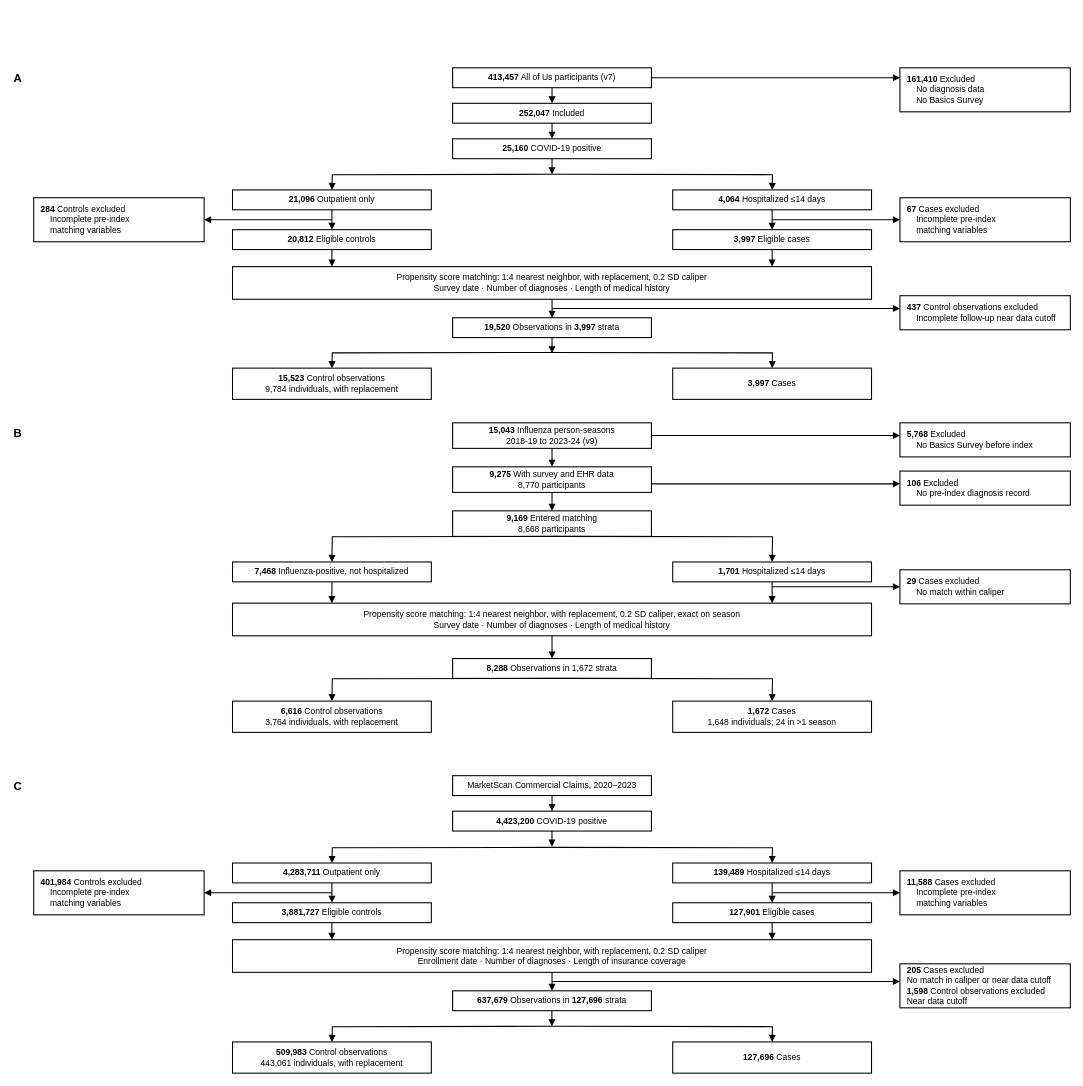
The draw.io diagram figures/efig1_consort_three_panel.drawio in Su-informatics-lab/aou_covid, before the edit. Source tidied: cells renumbered, new cells numbered last; positions are measured from the earlier drawing's top-left corner, leaving out a move shared by most shapes. Both pictures are drawn from the tidied source at 71%, with x=0, y=0 at pixel (12, 66).
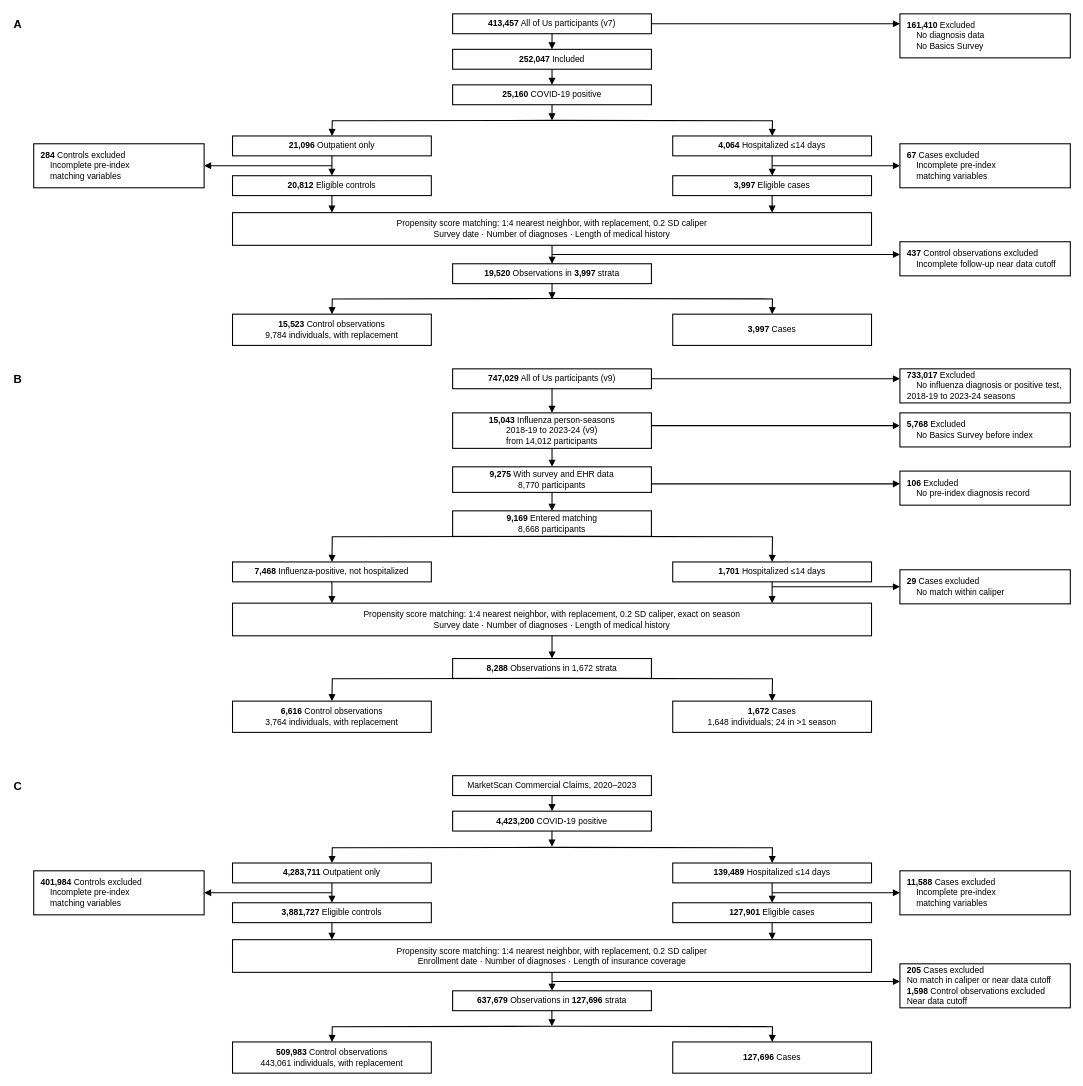
After the change.

Commit message (it also covers changes not shown here):
R11 senior-author review: Z codes by the Figure 2 income bands, eFigure 1B from the whole v9 repository, attenuation terminology

Diff of the diagram source:
```diff
@@
     <mxCell id="2" value="&lt;b&gt;&lt;font style=&quot;font-size:16px;font-family:Arial;&quot;&gt;A&lt;/font&gt;&lt;/b&gt;" style="text;html=1;align=left;verticalAlign=top;" parent="1" vertex="1">
-      <mxGeometry width="30" height="25" as="geometry" />
+      <mxGeometry y="-76" width="30" height="25" as="geometry" />
     </mxCell>
     <mxCell id="3" value="&lt;font style=&quot;font-size:12px;font-family:Arial;&quot;&gt;&lt;b&gt;413,457&lt;/b&gt; All of Us participants (v7)&lt;/font&gt;" style="rounded=0;whiteSpace=wrap;html=1;fillColor=#FFFFFF;strokeColor=#000000;strokeWidth=1.5;" parent="1" vertex="1">
-      <mxGeometry x="620" y="2" width="280" height="28" as="geometry" />
+      <mxGeometry x="620" y="-74" width="280" height="28" as="geometry" />
     </mxCell>
     <mxCell id="4" value="&lt;font style=&quot;font-size:12px;font-family:Arial;&quot;&gt;&lt;b&gt;252,047&lt;/b&gt; Included&lt;/font&gt;" style="rounded=0;whiteSpace=wrap;html=1;fillColor=#FFFFFF;strokeColor=#000000;strokeWidth=1.5;" parent="1" vertex="1">
-      <mxGeometry x="620" y="52" width="280" height="28" as="geometry" />
+      <mxGeometry x="620" y="-24" width="280" height="28" as="geometry" />
     </mxCell>
     <mxCell id="5" value="&lt;font style=&quot;font-size:12px;font-family:Arial;&quot;&gt;&lt;b&gt;25,160&lt;/b&gt; COVID-19 positive&lt;/font&gt;" style="rounded=0;whiteSpace=wrap;html=1;fillColor=#FFFFFF;strokeColor=#000000;strokeWidth=1.5;" parent="1" vertex="1">
-      <mxGeometry x="620" y="102" width="280" height="28" as="geometry" />
+      <mxGeometry x="620" y="26" width="280" height="28" as="geometry" />
     </mxCell>
     <mxCell id="6" style="strokeColor=#000000;strokeWidth=1.5;endArrow=block;endFill=1;" parent="1" edge="1">
       <mxGeometry relative="1" as="geometry">
-        <mxPoint x="760" y="30" as="sourcePoint" />
-        <mxPoint x="760" y="52" as="targetPoint" />
+        <mxPoint x="760" y="-46" as="sourcePoint" />
+        <mxPoint x="760" y="-24" as="targetPoint" />
       </mxGeometry>
     </mxCell>
     <mxCell id="7" style="strokeColor=#000000;strokeWidth=1.5;endArrow=block;endFill=1;" parent="1" edge="1">
       <mxGeometry relative="1" as="geometry">
-        <mxPoint x="760" y="80" as="sourcePoint" />
-        <mxPoint x="760" y="102" as="targetPoint" />
+        <mxPoint x="760" y="4" as="sourcePoint" />
+        <mxPoint x="760" y="26" as="targetPoint" />
       </mxGeometry>
     </mxCell>
     <mxCell id="8" value="&lt;font style=&quot;font-size:12px;font-family:Arial;&quot;&gt;&lt;b&gt;161,410&lt;/b&gt; Excluded&lt;br&gt;&amp;nbsp; &amp;nbsp; No diagnosis data&lt;br&gt;&amp;nbsp; &amp;nbsp; No Basics Survey&lt;/font&gt;" style="rounded=0;whiteSpace=wrap;html=1;fillColor=#FFFFFF;strokeColor=#000000;strokeWidth=1.5;align=left;spacingLeft=8;" parent="1" vertex="1">
-      <mxGeometry x="1250" y="2" width="240" height="62" as="geometry" />
+      <mxGeometry x="1250" y="-74" width="240" height="62" as="geometry" />
     </mxCell>
     <mxCell id="9" style="strokeColor=#000000;strokeWidth=1.5;endArrow=block;endFill=1;" parent="1" edge="1">
       <mxGeometry relative="1" as="geometry">
-        <mxPoint x="900" y="16" as="sourcePoint" />
-        <mxPoint x="1250" y="16" as="targetPoint" />
+        <mxPoint x="900" y="-60" as="sourcePoint" />
+        <mxPoint x="1250" y="-60" as="targetPoint" />
       </mxGeometry>
     </mxCell>
     <mxCell id="10" style="edgeStyle=orthogonalEdgeStyle;strokeColor=#000000;strokeWidth=1.5;endArrow=block;endFill=1;rounded=0;curved=0;" parent="1" edge="1">
       <mxGeometry relative="1" as="geometry">
-        <mxPoint x="760" y="152" as="sourcePoint" />
-        <mxPoint x="450" y="174" as="targetPoint" />
+        <mxPoint x="760" y="76" as="sourcePoint" />
+        <mxPoint x="450" y="98" as="targetPoint" />
       </mxGeometry>
     </mxCell>
     <mxCell id="11" style="edgeStyle=orthogonalEdgeStyle;strokeColor=#000000;strokeWidth=1.5;endArrow=block;endFill=1;rounded=0;curved=0;" parent="1" edge="1">
       <mxGeometry relative="1" as="geometry">
-        <mxPoint x="760" y="152" as="sourcePoint" />
-        <mxPoint x="1070" y="174" as="targetPoint" />
+        <mxPoint x="760" y="76" as="sourcePoint" />
+        <mxPoint x="1070" y="98" as="targetPoint" />
       </mxGeometry>
     </mxCell>
     <mxCell id="12" value="&lt;font style=&quot;font-size:12px;font-family:Arial;&quot;&gt;&lt;b&gt;21,096&lt;/b&gt; Outpatient only&lt;/font&gt;" style="rounded=0;whiteSpace=wrap;html=1;fillColor=#FFFFFF;strokeColor=#000000;strokeWidth=1.5;" parent="1" vertex="1">
-      <mxGeometry x="310" y="174" width="280" height="28" as="geometry" />
+      <mxGeometry x="310" y="98" width="280" height="28" as="geometry" />
     </mxCell>
     <mxCell id="13" value="&lt;font style=&quot;font-size:12px;font-family:Arial;&quot;&gt;&lt;b&gt;4,064&lt;/b&gt; Hospitalized &amp;#8804;14 days&lt;/font&gt;" style="rounded=0;whiteSpace=wrap;html=1;fillColor=#FFFFFF;strokeColor=#000000;strokeWidth=1.5;" parent="1" vertex="1">
-      <mxGeometry x="930" y="174" width="280" height="28" as="geometry" />
+      <mxGeometry x="930" y="98" width="280" height="28" as="geometry" />
     </mxCell>
     <mxCell id="14" value="&lt;font style=&quot;font-size:12px;font-family:Arial;&quot;&gt;&lt;b&gt;20,812&lt;/b&gt; Eligible controls&lt;/font&gt;" style="rounded=0;whiteSpace=wrap;html=1;fillColor=#FFFFFF;strokeColor=#000000;strokeWidth=1.5;" parent="1" vertex="1">
-      <mxGeometry x="310" y="230" width="280" height="28" as="geometry" />
+      <mxGeometry x="310" y="154" width="280" height="28" as="geometry" />
     </mxCell>
     <mxCell id="15" value="&lt;font style=&quot;font-size:12px;font-family:Arial;&quot;&gt;&lt;b&gt;3,997&lt;/b&gt; Eligible cases&lt;/font&gt;" style="rounded=0;whiteSpace=wrap;html=1;fillColor=#FFFFFF;strokeColor=#000000;strokeWidth=1.5;" parent="1" vertex="1">
-      <mxGeometry x="930" y="230" width="280" height="28" as="geometry" />
+      <mxGeometry x="930" y="154" width="280" height="28" as="geometry" />
     </mxCell>
     <mxCell id="16" style="strokeColor=#000000;strokeWidth=1.5;endArrow=block;endFill=1;" parent="1" edge="1">
       <mxGeometry relative="1" as="geometry">
-        <mxPoint x="450" y="202" as="sourcePoint" />
-        <mxPoint x="450" y="230" as="targetPoint" />
+        <mxPoint x="450" y="126" as="sourcePoint" />
+        <mxPoint x="450" y="154" as="targetPoint" />
       </mxGeometry>
     </mxCell>
     <mxCell id="17" style="strokeColor=#000000;strokeWidth=1.5;endArrow=block;endFill=1;" parent="1" edge="1">
       <mxGeometry relative="1" as="geometry">
-        <mxPoint x="1070" y="202" as="sourcePoint" />
-        <mxPoint x="1070" y="230" as="targetPoint" />
+        <mxPoint x="1070" y="126" as="sourcePoint" />
+        <mxPoint x="1070" y="154" as="targetPoint" />
       </mxGeometry>
     </mxCell>
     <mxCell id="18" value="&lt;font style=&quot;font-size:12px;font-family:Arial;&quot;&gt;&lt;b&gt;284&lt;/b&gt; Controls excluded&lt;br&gt;&amp;nbsp; &amp;nbsp; Incomplete pre-index&lt;br&gt;&amp;nbsp; &amp;nbsp; matching variables&lt;/font&gt;" style="rounded=0;whiteSpace=wrap;html=1;fillColor=#FFFFFF;strokeColor=#000000;strokeWidth=1.5;align=left;spacingLeft=8;" parent="1" vertex="1">
-      <mxGeometry x="30" y="185" width="240" height="62" as="geometry" />
+      <mxGeometry x="30" y="109" width="240" height="62" as="geometry" />
     </mxCell>
     <mxCell id="19" style="strokeColor=#000000;strokeWidth=1.5;endArrow=block;endFill=1;" parent="1" edge="1">
       <mxGeometry relative="1" as="geometry">
-        <mxPoint x="450" y="216" as="sourcePoint" />
-        <mxPoint x="270" y="216" as="targetPoint" />
+        <mxPoint x="450" y="140" as="sourcePoint" />
+        <mxPoint x="270" y="140" as="targetPoint" />
       </mxGeometry>
     </mxCell>
     <mxCell id="20" value="&lt;font style=&quot;font-size:12px;font-family:Arial;&quot;&gt;&lt;b&gt;67&lt;/b&gt; Cases excluded&lt;br&gt;&amp;nbsp; &amp;nbsp; Incomplete pre-index&lt;br&gt;&amp;nbsp; &amp;nbsp; matching variables&lt;/font&gt;" style="rounded=0;whiteSpace=wrap;html=1;fillColor=#FFFFFF;strokeColor=#000000;strokeWidth=1.5;align=left;spacingLeft=8;" parent="1" vertex="1">
-      <mxGeometry x="1250" y="185" width="240" height="62" as="geometry" />
+      <mxGeometry x="1250" y="109" width="240" height="62" as="geometry" />
     </mxCell>
     <mxCell id="21" style="strokeColor=#000000;strokeWidth=1.5;endArrow=block;endFill=1;" parent="1" edge="1">
       <mxGeometry relative="1" as="geometry">
-        <mxPoint x="1070" y="216" as="sourcePoint" />
-        <mxPoint x="1250" y="216" as="targetPoint" />
+        <mxPoint x="1070" y="140" as="sourcePoint" />
+        <mxPoint x="1250" y="140" as="targetPoint" />
       </mxGeometry>
     </mxCell>
     <mxCell id="22" value="&lt;font style=&quot;font-size:12px;font-family:Arial;&quot;&gt;Propensity score matching: 1:4 nearest neighbor, with replacement, 0.2 SD caliper&lt;br&gt;Survey date · Number of diagnoses · Length of medical history&lt;/font&gt;" style="rounded=0;whiteSpace=wrap;html=1;fillColor=#FFFFFF;strokeColor=#000000;strokeWidth=1.5;" parent="1" vertex="1">
-      <mxGeometry x="310" y="282" width="900" height="46" as="geometry" />
+      <mxGeometry x="310" y="206" width="900" height="46" as="geometry" />
     </mxCell>
     <mxCell id="23" style="strokeColor=#000000;strokeWidth=1.5;endArrow=block;endFill=1;" parent="1" edge="1">
       <mxGeometry relative="1" as="geometry">
-        <mxPoint x="450" y="258" as="sourcePoint" />
-        <mxPoint x="450" y="282" as="targetPoint" />
+        <mxPoint x="450" y="182" as="sourcePoint" />
+        <mxPoint x="450" y="206" as="targetPoint" />
       </mxGeometry>
     </mxCell>
     <mxCell id="24" style="strokeColor=#000000;strokeWidth=1.5;endArrow=block;endFill=1;" parent="1" edge="1">
       <mxGeometry relative="1" as="geometry">
-        <mxPoint x="1070" y="258" as="sourcePoint" />
-        <mxPoint x="1070" y="282" as="targetPoint" />
+        <mxPoint x="1070" y="182" as="sourcePoint" />
+        <mxPoint x="1070" y="206" as="targetPoint" />
       </mxGeometry>
     </mxCell>
     <mxCell id="25" value="&lt;font style=&quot;font-size:12px;font-family:Arial;&quot;&gt;&lt;b&gt;19,520&lt;/b&gt; Observations in &lt;b&gt;3,997&lt;/b&gt; strata&lt;/font&gt;" style="rounded=0;whiteSpace=wrap;html=1;fillColor=#FFFFFF;strokeColor=#000000;strokeWidth=1.5;" parent="1" vertex="1">
-      <mxGeometry x="620" y="354" width="280" height="28" as="geometry" />
+      <mxGeometry x="620" y="278" width="280" height="28" as="geometry" />
     </mxCell>
     <mxCell id="26" style="strokeColor=#000000;strokeWidth=1.5;endArrow=block;endFill=1;" parent="1" edge="1">
       <mxGeometry relative="1" as="geometry">
-        <mxPoint x="760" y="328" as="sourcePoint" />
-        <mxPoint x="760" y="354" as="targetPoint" />
+        <mxPoint x="760" y="252" as="sourcePoint" />
+        <mxPoint x="760" y="278" as="targetPoint" />
       </mxGeometry>
     </mxCell>
     <mxCell id="27" value="&lt;font style=&quot;font-size:12px;font-family:Arial;&quot;&gt;&lt;b&gt;437&lt;/b&gt; Control observations excluded&lt;br&gt;&amp;nbsp; &amp;nbsp; Incomplete follow-up near data cutoff&lt;/font&gt;" style="rounded=0;whiteSpace=wrap;html=1;fillColor=#FFFFFF;strokeColor=#000000;strokeWidth=1.5;align=left;spacingLeft=8;" parent="1" vertex="1">
-      <mxGeometry x="1250" y="323" width="240" height="48" as="geometry" />
+      <mxGeometry x="1250" y="247" width="240" height="48" as="geometry" />
     </mxCell>
     <mxCell id="28" style="strokeColor=#000000;strokeWidth=1.5;endArrow=block;endFill=1;" parent="1" edge="1">
       <mxGeometry relative="1" as="geometry">
-        <mxPoint x="760" y="341" as="sourcePoint" />
-        <mxPoint x="1250" y="341" as="targetPoint" />
+        <mxPoint x="760" y="265" as="sourcePoint" />
+        <mxPoint x="1250" y="265" as="targetPoint" />
       </mxGeometry>
     </mxCell>
     <mxCell id="29" value="&lt;font style=&quot;font-size:12px;font-family:Arial;&quot;&gt;&lt;b&gt;15,523&lt;/b&gt; Control observations&lt;br&gt;9,784 individuals, with replacement&lt;/font&gt;" style="rounded=0;whiteSpace=wrap;html=1;fillColor=#FFFFFF;strokeColor=#000000;strokeWidth=1.5;" parent="1" vertex="1">
-      <mxGeometry x="310" y="425" width="280" height="44" as="geometry" />
+      <mxGeometry x="310" y="349" width="280" height="44" as="geometry" />
     </mxCell>
     <mxCell id="30" value="&lt;font style=&quot;font-size:12px;font-family:Arial;&quot;&gt;&lt;b&gt;3,997&lt;/b&gt; Cases&lt;/font&gt;" style="rounded=0;whiteSpace=wrap;html=1;fillColor=#FFFFFF;strokeColor=#000000;strokeWidth=1.5;" parent="1" vertex="1">
-      <mxGeometry x="930" y="425" width="280" height="44" as="geometry" />
+      <mxGeometry x="930" y="349" width="280" height="44" as="geometry" />
     </mxCell>
     <mxCell id="31" style="edgeStyle=orthogonalEdgeStyle;strokeColor=#000000;strokeWidth=1.5;endArrow=block;endFill=1;rounded=0;curved=0;" parent="1" edge="1">
       <mxGeometry relative="1" as="geometry">
-        <mxPoint x="760" y="403" as="sourcePoint" />
-        <mxPoint x="450" y="425" as="targetPoint" />
+        <mxPoint x="760" y="327" as="sourcePoint" />
+        <mxPoint x="450" y="349" as="targetPoint" />
       </mxGeometry>
     </mxCell>
     <mxCell id="32" style="edgeStyle=orthogonalEdgeStyle;strokeColor=#000000;strokeWidth=1.5;endArrow=block;endFill=1;rounded=0;curved=0;" parent="1" edge="1">
       <mxGeometry relative="1" as="geometry">
-        <mxPoint x="760" y="403" as="sourcePoint" />
-        <mxPoint x="1070" y="425" as="targetPoint" />
+        <mxPoint x="760" y="327" as="sourcePoint" />
+        <mxPoint x="1070" y="349" as="targetPoint" />
       </mxGeometry>
     </mxCell>
@@
     <mxCell id="60" style="strokeColor=#000000;strokeWidth=1.5;endArrow=block;endFill=1;" parent="1" edge="1">
       <mxGeometry relative="1" as="geometry">
-        <mxPoint x="760" y="130" as="sourcePoint" />
-        <mxPoint x="760" y="152" as="targetPoint" />
+        <mxPoint x="760" y="54" as="sourcePoint" />
+        <mxPoint x="760" y="76" as="targetPoint" />
       </mxGeometry>
     </mxCell>
@@
     <mxCell id="63" style="strokeColor=#000000;strokeWidth=1.5;endArrow=block;endFill=1;" parent="1" edge="1">
       <mxGeometry relative="1" as="geometry">
-        <mxPoint x="760" y="382" as="sourcePoint" />
-        <mxPoint x="760" y="404" as="targetPoint" />
+        <mxPoint x="760" y="306" as="sourcePoint" />
+        <mxPoint x="760" y="328" as="targetPoint" />
       </mxGeometry>
     </mxCell>
     <mxCell id="64" value="&lt;b&gt;&lt;font style=&quot;font-size:16px;font-family:Arial;&quot;&gt;B&lt;/font&gt;&lt;/b&gt;" style="text;html=1;align=left;verticalAlign=top;" parent="1" vertex="1">
-      <mxGeometry y="500" width="30" height="25" as="geometry" />
+      <mxGeometry y="424" width="30" height="25" as="geometry" />
     </mxCell>
+    <mxCell id="89" value="&lt;font style=&quot;font-size:12px;font-family:Arial;&quot;&gt;&lt;b&gt;747,029&lt;/b&gt; All of Us participants (v9)&lt;/font&gt;" style="rounded=0;whiteSpace=wrap;html=1;fillColor=#FFFFFF;strokeColor=#000000;strokeWidth=1.5;" parent="1" vertex="1">
+      <mxGeometry x="620" y="426" width="280" height="28" as="geometry" />
+    </mxCell>
+    <mxCell id="90" value="&lt;font style=&quot;font-size:12px;font-family:Arial;&quot;&gt;&lt;b&gt;733,017&lt;/b&gt; Excluded&lt;br&gt;&amp;nbsp; &amp;nbsp; No influenza diagnosis or positive test, 2018-19 to 2023-24 seasons&lt;/font&gt;" style="rounded=0;whiteSpace=wrap;html=1;fillColor=#FFFFFF;strokeColor=#000000;strokeWidth=1.5;align=left;spacingLeft=8;" parent="1" vertex="1">
+      <mxGeometry x="1250" y="426" width="240" height="48" as="geometry" />
+    </mxCell>
+    <mxCell id="91" style="strokeColor=#000000;strokeWidth=1.5;endArrow=block;endFill=1;" parent="1" edge="1">
+      <mxGeometry relative="1" as="geometry">
+        <mxPoint x="900" y="440" as="sourcePoint" />
+        <mxPoint x="1250" y="440" as="targetPoint" />
+      </mxGeometry>
+    </mxCell>
+    <mxCell id="92" style="strokeColor=#000000;strokeWidth=1.5;endArrow=block;endFill=1;" parent="1" edge="1">
+      <mxGeometry relative="1" as="geometry">
+        <mxPoint x="760" y="454" as="sourcePoint" />
+        <mxPoint x="760" y="488" as="targetPoint" />
+      </mxGeometry>
+    </mxCell>
-    <mxCell id="65" value="&lt;font style=&quot;font-size:12px;font-family:Arial;&quot;&gt;&lt;b&gt;15,043&lt;/b&gt; Influenza person-seasons&lt;br&gt;2018-19 to 2023-24 (v9)&lt;/font&gt;" style="rounded=0;whiteSpace=wrap;html=1;fillColor=#FFFFFF;strokeColor=#000000;strokeWidth=1.5;" parent="1" vertex="1">
-      <mxGeometry x="620" y="502" width="280" height="36" as="geometry" />
+    <mxCell id="65" value="&lt;font style=&quot;font-size:12px;font-family:Arial;&quot;&gt;&lt;b&gt;15,043&lt;/b&gt; Influenza person-seasons&lt;br&gt;2018-19 to 2023-24 (v9)&lt;br&gt;from 14,012 participants&lt;/font&gt;" style="rounded=0;whiteSpace=wrap;html=1;fillColor=#FFFFFF;strokeColor=#000000;strokeWidth=1.5;" parent="1" vertex="1">
+      <mxGeometry x="620" y="488" width="280" height="50" as="geometry" />
     </mxCell>
     <mxCell id="66" value="&lt;font style=&quot;font-size:12px;font-family:Arial;&quot;&gt;&lt;b&gt;5,768&lt;/b&gt; Excluded&lt;br&gt;&amp;nbsp; &amp;nbsp; No Basics Survey before index&lt;/font&gt;" style="rounded=0;whiteSpace=wrap;html=1;fillColor=#FFFFFF;strokeColor=#000000;strokeWidth=1.5;align=left;spacingLeft=8;" parent="1" vertex="1">
-      <mxGeometry x="1250" y="502" width="240" height="48" as="geometry" />
+      <mxGeometry x="1250" y="488" width="240" height="48" as="geometry" />
     </mxCell>
     <mxCell id="67" style="strokeColor=#000000;strokeWidth=1.5;endArrow=block;endFill=1;" parent="1" edge="1">
       <mxGeometry relative="1" as="geometry">
-        <mxPoint x="900" y="520" as="sourcePoint" />
-        <mxPoint x="1250" y="520" as="targetPoint" />
+        <mxPoint x="900" y="506" as="sourcePoint" />
+        <mxPoint x="1250" y="506" as="targetPoint" />
       </mxGeometry>
     </mxCell>
```
